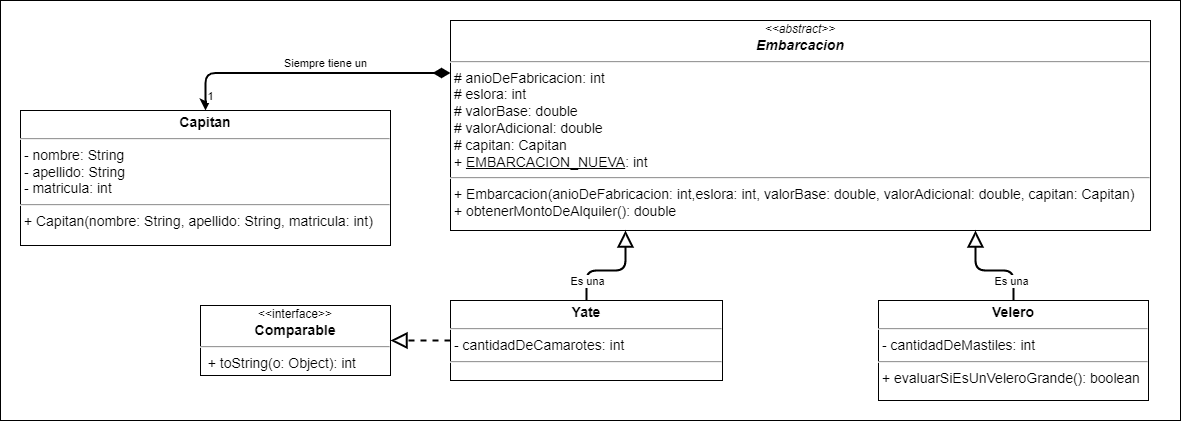
The draw.io diagram src/clase_14_pre_evaluacion/actividad_de_mesa/diagrama_de_clases/Diagrama - Embarcación.png in serinformatico/POO-10-2022, before a commit. Source tidied: cells renumbered, new cells last; positions are measured from the earlier drawing's top-left corner, leaving out a move shared by most shapes. Its diagram source:
```xml
<mxGraphModel>
  <root>
    <mxCell id="0" />
    <mxCell id="1" parent="0" />
    <mxCell id="2" value="&lt;font style=&quot;font-size: 16px;&quot;&gt;&lt;font style=&quot;font-size: 16px;&quot;&gt;&lt;br&gt;&lt;/font&gt;&lt;/font&gt;" style="rounded=0;whiteSpace=wrap;html=1;align=left;verticalAlign=top;fontSize=30;fontStyle=1;spacingTop=10;spacing=2;spacingLeft=20;fontFamily=Verdana;" parent="1" vertex="1">
      <mxGeometry width="1180" height="420" as="geometry" />
    </mxCell>
    <mxCell id="3" value="&lt;div style=&quot;text-align: center;&quot;&gt;&lt;i style=&quot;background-color: initial; font-size: 12px;&quot;&gt;&amp;lt;&amp;lt;abstract&amp;gt;&amp;gt;&lt;/i&gt;&lt;/div&gt;&lt;div style=&quot;text-align: center;&quot;&gt;&lt;b&gt;&lt;i&gt;Embarcacion&lt;/i&gt;&lt;/b&gt;&lt;/div&gt;&lt;hr style=&quot;font-size: 14px;&quot;&gt;&lt;p style=&quot;margin: 0px 0px 0px 4px; font-size: 14px;&quot;&gt;&lt;/p&gt;&amp;nbsp;# anioDeFabricacion: int&lt;br&gt;&amp;nbsp;# eslora: int&lt;br&gt;&amp;nbsp;# valorBase: double&lt;br&gt;&amp;nbsp;# valorAdicional: double&lt;br&gt;&amp;nbsp;# capitan: Capitan&lt;br&gt;&amp;nbsp;+&amp;nbsp;&lt;u&gt;EMBARCACION_NUEVA&lt;/u&gt;: int&lt;br&gt;&lt;hr style=&quot;font-size: 14px;&quot;&gt;&lt;i&gt;&amp;nbsp;&lt;/i&gt;+ Embarcacion(anioDeFabricacion: int,eslora: int, valorBase: double, valorAdicional: double, capitan: Capitan)&lt;br&gt;&lt;p style=&quot;margin: 0px 0px 0px 4px;&quot;&gt;&lt;/p&gt;&amp;nbsp;+ obtenerMontoDeAlquiler(): double" style="verticalAlign=top;align=left;overflow=fill;fontSize=14;fontFamily=Helvetica;html=1;spacing=2;spacingTop=0;" parent="1" vertex="1">
      <mxGeometry x="450" y="20" width="700" height="210" as="geometry" />
    </mxCell>
    <mxCell id="4" style="edgeStyle=orthogonalEdgeStyle;rounded=1;jettySize=auto;html=1;entryX=0.25;entryY=1;entryDx=0;entryDy=0;strokeWidth=2;endArrow=block;endFill=0;endSize=12;" parent="1" edge="1" source="9" target="3">
      <mxGeometry relative="1" as="geometry" />
    </mxCell>
    <mxCell id="5" value="Es una" style="edgeLabel;html=1;align=center;verticalAlign=middle;" parent="4" vertex="1">
      <mxGeometry x="0.21" relative="1" as="geometry">
        <mxPoint x="-36" y="10" as="offset" />
      </mxGeometry>
    </mxCell>
    <mxCell id="6" value="&lt;p style=&quot;margin: 4px 0px 0px; text-align: center; font-size: 14px;&quot;&gt;&lt;b&gt;Velero&lt;/b&gt;&lt;/p&gt;&lt;hr style=&quot;font-size: 14px;&quot;&gt;&lt;p style=&quot;margin: 0px 0px 0px 4px; font-size: 14px;&quot;&gt;&lt;/p&gt;&amp;nbsp;- cantidadDeMastiles: int&lt;br&gt;&lt;hr style=&quot;font-size: 14px;&quot;&gt;&amp;nbsp;+ evaluarSiEsUnVeleroGrande(): boolean&lt;br&gt;&lt;p style=&quot;margin: 0px 0px 0px 4px;&quot;&gt;&lt;/p&gt;&lt;p style=&quot;margin: 0px 0px 0px 4px;&quot;&gt;&lt;br&gt;&lt;/p&gt;" style="verticalAlign=top;align=left;overflow=fill;fontSize=14;fontFamily=Helvetica;html=1;" parent="1" vertex="1">
      <mxGeometry x="878" y="300" width="270" height="100" as="geometry" />
    </mxCell>
    <mxCell id="7" style="edgeStyle=orthogonalEdgeStyle;rounded=1;jettySize=auto;html=1;strokeWidth=2;endArrow=block;endFill=0;endSize=12;exitX=0.5;exitY=0;exitDx=0;exitDy=0;entryX=0.75;entryY=1;entryDx=0;entryDy=0;" parent="1" edge="1" source="6" target="3">
      <mxGeometry relative="1" as="geometry" />
    </mxCell>
    <mxCell id="8" value="Es una" style="edgeLabel;html=1;align=center;verticalAlign=middle;" parent="7" vertex="1">
      <mxGeometry x="0.75" relative="1" as="geometry">
        <mxPoint x="35" y="37" as="offset" />
      </mxGeometry>
    </mxCell>
    <mxCell id="9" value="&lt;p style=&quot;margin: 4px 0px 0px; text-align: center; font-size: 14px;&quot;&gt;&lt;b&gt;Yate&lt;/b&gt;&lt;/p&gt;&lt;hr style=&quot;font-size: 14px;&quot;&gt;&lt;p style=&quot;margin: 0px 0px 0px 4px; font-size: 14px;&quot;&gt;&lt;/p&gt;&lt;span style=&quot;background-color: initial;&quot;&gt;&amp;nbsp;- cantidadDeCamarotes: int&lt;/span&gt;&lt;br&gt;&lt;hr style=&quot;font-size: 14px;&quot;&gt;&lt;p style=&quot;margin: 0px 0px 0px 4px;&quot;&gt;&lt;br&gt;&lt;/p&gt;&lt;p style=&quot;color: rgb(0, 0, 0); font-family: Helvetica; font-size: 14px; font-style: normal; font-variant-ligatures: normal; font-variant-caps: normal; font-weight: 400; letter-spacing: normal; orphans: 2; text-align: left; text-indent: 0px; text-transform: none; widows: 2; word-spacing: 0px; -webkit-text-stroke-width: 0px; background-color: rgb(248, 249, 250); text-decoration-thickness: initial; text-decoration-style: initial; text-decoration-color: initial; margin: 0px 0px 0px 4px;&quot;&gt;&lt;/p&gt;&lt;p style=&quot;color: rgb(0, 0, 0); font-family: Helvetica; font-size: 14px; font-style: normal; font-variant-ligatures: normal; font-variant-caps: normal; font-weight: 400; letter-spacing: normal; orphans: 2; text-align: left; text-indent: 0px; text-transform: none; widows: 2; word-spacing: 0px; -webkit-text-stroke-width: 0px; background-color: rgb(248, 249, 250); text-decoration-thickness: initial; text-decoration-style: initial; text-decoration-color: initial; margin: 0px 0px 0px 4px;&quot;&gt;&lt;/p&gt;" style="verticalAlign=top;align=left;overflow=fill;fontSize=14;fontFamily=Helvetica;html=1;" parent="1" vertex="1">
      <mxGeometry x="450" y="300" width="272" height="80" as="geometry" />
    </mxCell>
    <mxCell id="10" value="&lt;p style=&quot;margin: 4px 0px 0px; text-align: center; font-size: 14px;&quot;&gt;&lt;b&gt;Capitan&lt;/b&gt;&lt;/p&gt;&lt;hr style=&quot;font-size: 14px;&quot;&gt;&lt;p style=&quot;margin: 0px 0px 0px 4px; font-size: 14px;&quot;&gt;&lt;/p&gt;&amp;nbsp;- nombre: String&lt;br&gt;&amp;nbsp;- apellido: String&lt;br&gt;&amp;nbsp;- matricula: int&lt;br&gt;&lt;hr style=&quot;font-size: 14px;&quot;&gt;&amp;nbsp;+ Capitan(nombre: String, apellido: String, matricula: int)&lt;br&gt;&lt;p style=&quot;margin: 0px 0px 0px 4px;&quot;&gt;&lt;br&gt;&lt;/p&gt;" style="verticalAlign=top;align=left;overflow=fill;fontSize=14;fontFamily=Helvetica;html=1;" parent="1" vertex="1">
      <mxGeometry x="20" y="110" width="370" height="135" as="geometry" />
    </mxCell>
    <mxCell id="11" style="edgeStyle=orthogonalEdgeStyle;rounded=1;jettySize=auto;html=1;entryX=0.5;entryY=0;entryDx=0;entryDy=0;strokeWidth=2;endArrow=classic;endFill=1;endSize=6;exitX=0;exitY=0.25;exitDx=0;exitDy=0;startArrow=diamondThin;startFill=1;startSize=12;" parent="1" edge="1" source="3" target="10">
      <mxGeometry relative="1" as="geometry" />
    </mxCell>
    <mxCell id="12" value="Siempre tiene un" style="edgeLabel;html=1;align=center;verticalAlign=middle;" parent="11" vertex="1">
      <mxGeometry x="-0.27" y="2" relative="1" as="geometry">
        <mxPoint x="-22" y="-12" as="offset" />
      </mxGeometry>
    </mxCell>
    <mxCell id="13" value="1" style="edgeLabel;html=1;align=center;verticalAlign=middle;" parent="11" vertex="1">
      <mxGeometry x="0.79" y="1" relative="1" as="geometry">
        <mxPoint x="3" y="15" as="offset" />
      </mxGeometry>
    </mxCell>
    <mxCell id="14" style="edgeStyle=orthogonalEdgeStyle;rounded=1;jettySize=auto;html=1;strokeWidth=2;endArrow=block;endFill=0;endSize=12;exitX=0;exitY=0.5;exitDx=0;exitDy=0;dashed=1;entryX=1;entryY=0.5;entryDx=0;entryDy=0;" parent="1" edge="1" source="9" target="15">
      <mxGeometry relative="1" as="geometry" />
    </mxCell>
    <mxCell id="15" value="&lt;div style=&quot;text-align: center;&quot;&gt;&lt;span style=&quot;background-color: initial; font-size: 12px;&quot;&gt;&amp;lt;&amp;lt;interface&amp;gt;&amp;gt;&lt;/span&gt;&lt;/div&gt;&lt;div style=&quot;text-align: center;&quot;&gt;&lt;b&gt;Comparable&lt;/b&gt;&lt;/div&gt;&lt;hr style=&quot;font-size: 14px;&quot;&gt;&lt;p style=&quot;margin: 0px 0px 0px 4px; font-size: 14px;&quot;&gt;&lt;/p&gt;&amp;nbsp;&amp;nbsp;+&lt;span style=&quot;background-color: initial;&quot;&gt;&amp;nbsp;toString(o: Object&lt;/span&gt;&lt;span style=&quot;background-color: initial;&quot;&gt;): int&lt;/span&gt;" style="verticalAlign=top;align=left;overflow=fill;fontSize=14;fontFamily=Helvetica;html=1;spacing=2;spacingTop=0;" parent="1" vertex="1">
      <mxGeometry x="200" y="305" width="190" height="70" as="geometry" />
    </mxCell>
  </root>
</mxGraphModel>
```
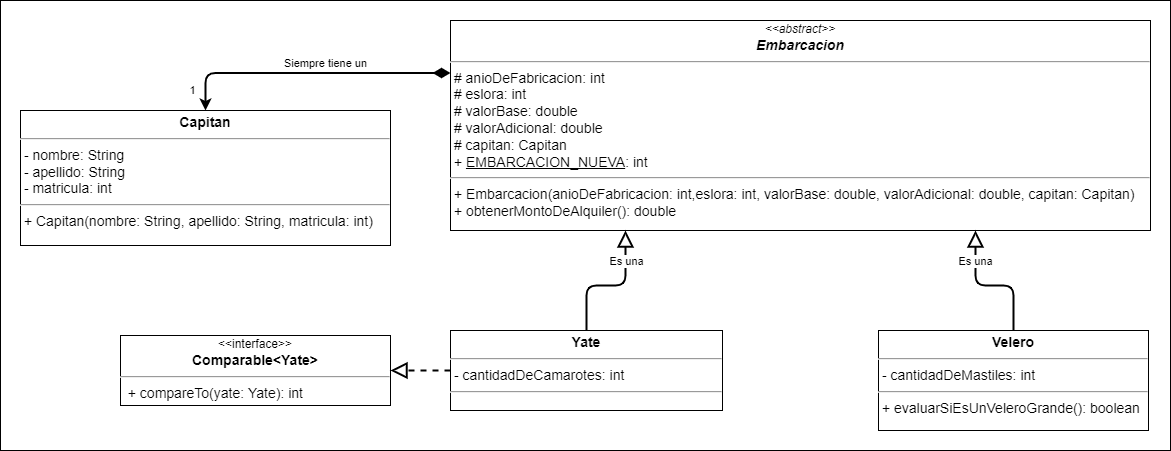
The same file after the commit.

Change to the diagram source:
```diff
@@ -3,7 +3,7 @@
     <mxCell id="0" />
     <mxCell id="1" parent="0" />
     <mxCell id="2" value="&lt;font style=&quot;font-size: 16px;&quot;&gt;&lt;font style=&quot;font-size: 16px;&quot;&gt;&lt;br&gt;&lt;/font&gt;&lt;/font&gt;" style="rounded=0;whiteSpace=wrap;html=1;align=left;verticalAlign=top;fontSize=30;fontStyle=1;spacingTop=10;spacing=2;spacingLeft=20;fontFamily=Verdana;" parent="1" vertex="1">
-      <mxGeometry width="1180" height="420" as="geometry" />
+      <mxGeometry width="1170" height="450" as="geometry" />
     </mxCell>
     <mxCell id="3" value="&lt;div style=&quot;text-align: center;&quot;&gt;&lt;i style=&quot;background-color: initial; font-size: 12px;&quot;&gt;&amp;lt;&amp;lt;abstract&amp;gt;&amp;gt;&lt;/i&gt;&lt;/div&gt;&lt;div style=&quot;text-align: center;&quot;&gt;&lt;b&gt;&lt;i&gt;Embarcacion&lt;/i&gt;&lt;/b&gt;&lt;/div&gt;&lt;hr style=&quot;font-size: 14px;&quot;&gt;&lt;p style=&quot;margin: 0px 0px 0px 4px; font-size: 14px;&quot;&gt;&lt;/p&gt;&amp;nbsp;# anioDeFabricacion: int&lt;br&gt;&amp;nbsp;# eslora: int&lt;br&gt;&amp;nbsp;# valorBase: double&lt;br&gt;&amp;nbsp;# valorAdicional: double&lt;br&gt;&amp;nbsp;# capitan: Capitan&lt;br&gt;&amp;nbsp;+&amp;nbsp;&lt;u&gt;EMBARCACION_NUEVA&lt;/u&gt;: int&lt;br&gt;&lt;hr style=&quot;font-size: 14px;&quot;&gt;&lt;i&gt;&amp;nbsp;&lt;/i&gt;+ Embarcacion(anioDeFabricacion: int,eslora: int, valorBase: double, valorAdicional: double, capitan: Capitan)&lt;br&gt;&lt;p style=&quot;margin: 0px 0px 0px 4px;&quot;&gt;&lt;/p&gt;&amp;nbsp;+ obtenerMontoDeAlquiler(): double" style="verticalAlign=top;align=left;overflow=fill;fontSize=14;fontFamily=Helvetica;html=1;spacing=2;spacingTop=0;" parent="1" vertex="1">
       <mxGeometry x="450" y="20" width="700" height="210" as="geometry" />
@@ -13,22 +13,22 @@
     </mxCell>
     <mxCell id="5" value="Es una" style="edgeLabel;html=1;align=center;verticalAlign=middle;" parent="4" vertex="1">
       <mxGeometry x="0.21" relative="1" as="geometry">
-        <mxPoint x="-36" y="10" as="offset" />
+        <mxPoint y="-25" as="offset" />
       </mxGeometry>
     </mxCell>
     <mxCell id="6" value="&lt;p style=&quot;margin: 4px 0px 0px; text-align: center; font-size: 14px;&quot;&gt;&lt;b&gt;Velero&lt;/b&gt;&lt;/p&gt;&lt;hr style=&quot;font-size: 14px;&quot;&gt;&lt;p style=&quot;margin: 0px 0px 0px 4px; font-size: 14px;&quot;&gt;&lt;/p&gt;&amp;nbsp;- cantidadDeMastiles: int&lt;br&gt;&lt;hr style=&quot;font-size: 14px;&quot;&gt;&amp;nbsp;+ evaluarSiEsUnVeleroGrande(): boolean&lt;br&gt;&lt;p style=&quot;margin: 0px 0px 0px 4px;&quot;&gt;&lt;/p&gt;&lt;p style=&quot;margin: 0px 0px 0px 4px;&quot;&gt;&lt;br&gt;&lt;/p&gt;" style="verticalAlign=top;align=left;overflow=fill;fontSize=14;fontFamily=Helvetica;html=1;" parent="1" vertex="1">
-      <mxGeometry x="878" y="300" width="270" height="100" as="geometry" />
+      <mxGeometry x="878" y="330" width="270" height="100" as="geometry" />
     </mxCell>
     <mxCell id="7" style="edgeStyle=orthogonalEdgeStyle;rounded=1;jettySize=auto;html=1;strokeWidth=2;endArrow=block;endFill=0;endSize=12;exitX=0.5;exitY=0;exitDx=0;exitDy=0;entryX=0.75;entryY=1;entryDx=0;entryDy=0;" parent="1" edge="1" source="6" target="3">
       <mxGeometry relative="1" as="geometry" />
     </mxCell>
     <mxCell id="8" value="Es una" style="edgeLabel;html=1;align=center;verticalAlign=middle;" parent="7" vertex="1">
       <mxGeometry x="0.75" relative="1" as="geometry">
-        <mxPoint x="35" y="37" as="offset" />
+        <mxPoint x="-1" y="13" as="offset" />
       </mxGeometry>
     </mxCell>
     <mxCell id="9" value="&lt;p style=&quot;margin: 4px 0px 0px; text-align: center; font-size: 14px;&quot;&gt;&lt;b&gt;Yate&lt;/b&gt;&lt;/p&gt;&lt;hr style=&quot;font-size: 14px;&quot;&gt;&lt;p style=&quot;margin: 0px 0px 0px 4px; font-size: 14px;&quot;&gt;&lt;/p&gt;&lt;span style=&quot;background-color: initial;&quot;&gt;&amp;nbsp;- cantidadDeCamarotes: int&lt;/span&gt;&lt;br&gt;&lt;hr style=&quot;font-size: 14px;&quot;&gt;&lt;p style=&quot;margin: 0px 0px 0px 4px;&quot;&gt;&lt;br&gt;&lt;/p&gt;&lt;p style=&quot;color: rgb(0, 0, 0); font-family: Helvetica; font-size: 14px; font-style: normal; font-variant-ligatures: normal; font-variant-caps: normal; font-weight: 400; letter-spacing: normal; orphans: 2; text-align: left; text-indent: 0px; text-transform: none; widows: 2; word-spacing: 0px; -webkit-text-stroke-width: 0px; background-color: rgb(248, 249, 250); text-decoration-thickness: initial; text-decoration-style: initial; text-decoration-color: initial; margin: 0px 0px 0px 4px;&quot;&gt;&lt;/p&gt;&lt;p style=&quot;color: rgb(0, 0, 0); font-family: Helvetica; font-size: 14px; font-style: normal; font-variant-ligatures: normal; font-variant-caps: normal; font-weight: 400; letter-spacing: normal; orphans: 2; text-align: left; text-indent: 0px; text-transform: none; widows: 2; word-spacing: 0px; -webkit-text-stroke-width: 0px; background-color: rgb(248, 249, 250); text-decoration-thickness: initial; text-decoration-style: initial; text-decoration-color: initial; margin: 0px 0px 0px 4px;&quot;&gt;&lt;/p&gt;" style="verticalAlign=top;align=left;overflow=fill;fontSize=14;fontFamily=Helvetica;html=1;" parent="1" vertex="1">
-      <mxGeometry x="450" y="300" width="272" height="80" as="geometry" />
+      <mxGeometry x="450" y="330" width="272" height="80" as="geometry" />
     </mxCell>
     <mxCell id="10" value="&lt;p style=&quot;margin: 4px 0px 0px; text-align: center; font-size: 14px;&quot;&gt;&lt;b&gt;Capitan&lt;/b&gt;&lt;/p&gt;&lt;hr style=&quot;font-size: 14px;&quot;&gt;&lt;p style=&quot;margin: 0px 0px 0px 4px; font-size: 14px;&quot;&gt;&lt;/p&gt;&amp;nbsp;- nombre: String&lt;br&gt;&amp;nbsp;- apellido: String&lt;br&gt;&amp;nbsp;- matricula: int&lt;br&gt;&lt;hr style=&quot;font-size: 14px;&quot;&gt;&amp;nbsp;+ Capitan(nombre: String, apellido: String, matricula: int)&lt;br&gt;&lt;p style=&quot;margin: 0px 0px 0px 4px;&quot;&gt;&lt;br&gt;&lt;/p&gt;" style="verticalAlign=top;align=left;overflow=fill;fontSize=14;fontFamily=Helvetica;html=1;" parent="1" vertex="1">
       <mxGeometry x="20" y="110" width="370" height="135" as="geometry" />
@@ -43,14 +43,14 @@
     </mxCell>
     <mxCell id="13" value="1" style="edgeLabel;html=1;align=center;verticalAlign=middle;" parent="11" vertex="1">
       <mxGeometry x="0.79" y="1" relative="1" as="geometry">
-        <mxPoint x="3" y="15" as="offset" />
+        <mxPoint x="-15" y="9" as="offset" />
       </mxGeometry>
     </mxCell>
-    <mxCell id="14" style="edgeStyle=orthogonalEdgeStyle;rounded=1;jettySize=auto;html=1;strokeWidth=2;endArrow=block;endFill=0;endSize=12;exitX=0;exitY=0.5;exitDx=0;exitDy=0;dashed=1;entryX=1;entryY=0.5;entryDx=0;entryDy=0;" parent="1" edge="1" source="9" target="15">
+    <mxCell id="14" style="edgeStyle=orthogonalEdgeStyle;rounded=1;jettySize=auto;html=1;strokeWidth=2;endArrow=block;endFill=0;endSize=12;exitX=0;exitY=0.5;exitDx=0;exitDy=0;dashed=1;entryX=1;entryY=0.5;entryDx=0;entryDy=0;" parent="1" edge="1" source="9" target="16">
       <mxGeometry relative="1" as="geometry" />
     </mxCell>
-    <mxCell id="15" value="&lt;div style=&quot;text-align: center;&quot;&gt;&lt;span style=&quot;background-color: initial; font-size: 12px;&quot;&gt;&amp;lt;&amp;lt;interface&amp;gt;&amp;gt;&lt;/span&gt;&lt;/div&gt;&lt;div style=&quot;text-align: center;&quot;&gt;&lt;b&gt;Comparable&lt;/b&gt;&lt;/div&gt;&lt;hr style=&quot;font-size: 14px;&quot;&gt;&lt;p style=&quot;margin: 0px 0px 0px 4px; font-size: 14px;&quot;&gt;&lt;/p&gt;&amp;nbsp;&amp;nbsp;+&lt;span style=&quot;background-color: initial;&quot;&gt;&amp;nbsp;toString(o: Object&lt;/span&gt;&lt;span style=&quot;background-color: initial;&quot;&gt;): int&lt;/span&gt;" style="verticalAlign=top;align=left;overflow=fill;fontSize=14;fontFamily=Helvetica;html=1;spacing=2;spacingTop=0;" parent="1" vertex="1">
-      <mxGeometry x="200" y="305" width="190" height="70" as="geometry" />
-    </mxCell>
+    <mxCell id="16" value="&lt;div style=&quot;text-align: center;&quot;&gt;&lt;span style=&quot;background-color: initial; font-size: 12px;&quot;&gt;&amp;lt;&amp;lt;interface&amp;gt;&amp;gt;&lt;/span&gt;&lt;/div&gt;&lt;div style=&quot;text-align: center;&quot;&gt;&lt;b&gt;Comparable&amp;lt;Yate&amp;gt;&lt;/b&gt;&lt;/div&gt;&lt;hr style=&quot;font-size: 14px;&quot;&gt;&lt;p style=&quot;margin: 0px 0px 0px 4px; font-size: 14px;&quot;&gt;&lt;/p&gt;&amp;nbsp;&amp;nbsp;+&lt;span style=&quot;background-color: initial;&quot;&gt;&amp;nbsp;compareTo(yate: Yate&lt;/span&gt;&lt;span style=&quot;background-color: initial;&quot;&gt;): int&lt;/span&gt;" style="verticalAlign=top;align=left;overflow=fill;fontSize=14;fontFamily=Helvetica;html=1;spacing=2;spacingTop=0;" parent="1" vertex="1">
+      <mxGeometry x="120" y="335" width="270" height="70" as="geometry" />
+    </mxCell>
   </root>
 </mxGraphModel>
```
